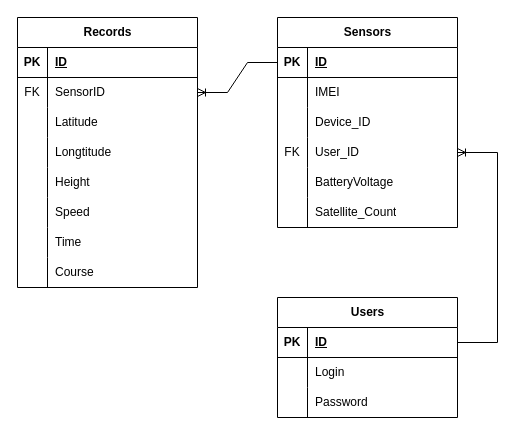
The draw.io diagram dsadasd.drawio in emfermenty/university.cpp, before the edit. Source tidied: cells renumbered, new cells numbered last; positions are measured from the earlier drawing's top-left corner, leaving out a move shared by most shapes. Both pictures are drawn from the tidied source at 100%, with x=0, y=0 at pixel (17, 17).
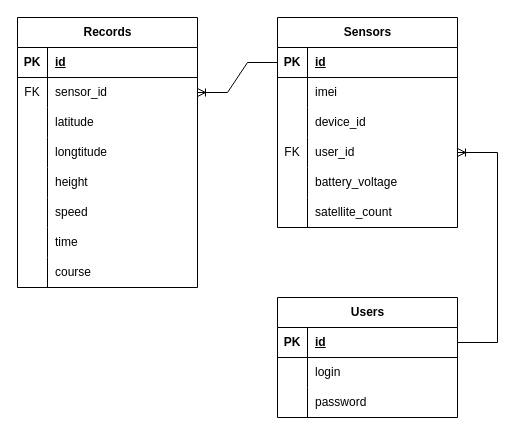
After the change.

Unchanged cells that the change refers to:
```xml
<mxCell id="3" style="shape=tableRow;horizontal=0;startSize=0;swimlaneHead=0;swimlaneBody=0;fillColor=none;top=0;left=0;right=0;bottom=1;" parent="2" vertex="1">
  <mxGeometry y="30" width="180" height="30" as="geometry" />
</mxCell>
<mxCell id="6" style="shape=tableRow;horizontal=0;startSize=0;swimlaneHead=0;swimlaneBody=0;fillColor=none;points=[[0,0.5],[1,0.5]];portConstraint=eastwest;top=0;left=0;right=0;bottom=0;" parent="2" vertex="1">
  <mxGeometry y="60" width="180" height="30" as="geometry" />
</mxCell>
<mxCell id="9" style="shape=tableRow;horizontal=0;startSize=0;swimlaneHead=0;swimlaneBody=0;fillColor=none;top=0;left=0;right=0;bottom=0;" parent="2" vertex="1">
  <mxGeometry y="90" width="180" height="30" as="geometry" />
</mxCell>
<mxCell id="12" style="shape=tableRow;horizontal=0;startSize=0;swimlaneHead=0;swimlaneBody=0;fillColor=none;top=0;left=0;right=0;bottom=0;" parent="2" vertex="1">
  <mxGeometry y="120" width="180" height="30" as="geometry" />
</mxCell>
<mxCell id="15" style="shape=tableRow;horizontal=0;startSize=0;swimlaneHead=0;swimlaneBody=0;fillColor=none;top=0;left=0;right=0;bottom=0;" parent="2" vertex="1">
  <mxGeometry y="150" width="180" height="30" as="geometry" />
</mxCell>
<mxCell id="18" style="shape=tableRow;horizontal=0;startSize=0;swimlaneHead=0;swimlaneBody=0;fillColor=none;top=0;left=0;right=0;bottom=0;" parent="2" vertex="1">
  <mxGeometry y="180" width="180" height="30" as="geometry" />
</mxCell>
<mxCell id="21" style="shape=tableRow;horizontal=0;startSize=0;swimlaneHead=0;swimlaneBody=0;fillColor=none;top=0;left=0;right=0;bottom=0;" parent="2" vertex="1">
  <mxGeometry y="210" width="180" height="30" as="geometry" />
</mxCell>
<mxCell id="24" style="shape=tableRow;horizontal=0;startSize=0;swimlaneHead=0;swimlaneBody=0;fillColor=none;top=0;left=0;right=0;bottom=0;" parent="2" vertex="1">
  <mxGeometry y="240" width="180" height="30" as="geometry" />
</mxCell>
<mxCell id="28" style="shape=tableRow;horizontal=0;startSize=0;swimlaneHead=0;swimlaneBody=0;fillColor=none;points=[[0,0.5],[1,0.5]];portConstraint=eastwest;top=0;left=0;right=0;bottom=1;" parent="27" vertex="1">
  <mxGeometry y="30" width="180" height="30" as="geometry" />
</mxCell>
<mxCell id="31" style="shape=tableRow;horizontal=0;startSize=0;swimlaneHead=0;swimlaneBody=0;fillColor=none;top=0;left=0;right=0;bottom=0;" parent="27" vertex="1">
  <mxGeometry y="60" width="180" height="30" as="geometry" />
</mxCell>
<mxCell id="34" style="shape=tableRow;horizontal=0;startSize=0;swimlaneHead=0;swimlaneBody=0;fillColor=none;top=0;left=0;right=0;bottom=0;" parent="27" vertex="1">
  <mxGeometry y="90" width="180" height="30" as="geometry" />
</mxCell>
<mxCell id="37" style="shape=tableRow;horizontal=0;startSize=0;swimlaneHead=0;swimlaneBody=0;fillColor=none;points=[[0,0.5],[1,0.5]];portConstraint=eastwest;top=0;left=0;right=0;bottom=0;" parent="27" vertex="1">
  <mxGeometry y="120" width="180" height="30" as="geometry" />
</mxCell>
<mxCell id="40" style="shape=tableRow;horizontal=0;startSize=0;swimlaneHead=0;swimlaneBody=0;fillColor=none;top=0;left=0;right=0;bottom=0;" parent="27" vertex="1">
  <mxGeometry y="150" width="180" height="30" as="geometry" />
</mxCell>
<mxCell id="43" style="shape=tableRow;horizontal=0;startSize=0;swimlaneHead=0;swimlaneBody=0;fillColor=none;top=0;left=0;right=0;bottom=0;" parent="27" vertex="1">
  <mxGeometry y="180" width="180" height="30" as="geometry" />
</mxCell>
<mxCell id="47" style="shape=tableRow;horizontal=0;startSize=0;swimlaneHead=0;swimlaneBody=0;fillColor=none;points=[[0,0.5],[1,0.5]];portConstraint=eastwest;top=0;left=0;right=0;bottom=1;" parent="46" vertex="1">
  <mxGeometry y="30" width="180" height="30" as="geometry" />
</mxCell>
<mxCell id="50" style="shape=tableRow;horizontal=0;startSize=0;swimlaneHead=0;swimlaneBody=0;fillColor=none;top=0;left=0;right=0;bottom=0;" parent="46" vertex="1">
  <mxGeometry y="60" width="180" height="30" as="geometry" />
</mxCell>
<mxCell id="53" style="shape=tableRow;horizontal=0;startSize=0;swimlaneHead=0;swimlaneBody=0;fillColor=none;top=0;left=0;right=0;bottom=0;" parent="46" vertex="1">
  <mxGeometry y="90" width="180" height="30" as="geometry" />
</mxCell>
```

What changed in the source:
```diff
@@
-    <mxCell id="5" value="ID" style="shape=partialRectangle;fillColor=none;top=0;left=0;bottom=0;right=0;align=left;spacingLeft=6;fontStyle=5;overflow=hidden;whiteSpace=wrap;html=1;" parent="3" vertex="1">
+    <mxCell id="5" value="id" style="shape=partialRectangle;fillColor=none;top=0;left=0;bottom=0;right=0;align=left;spacingLeft=6;fontStyle=5;overflow=hidden;whiteSpace=wrap;html=1;" parent="3" vertex="1">
       <mxGeometry x="30" width="150" height="30" as="geometry" />
     </mxCell>
@@
-    <mxCell id="8" value="SensorID" style="shape=partialRectangle;fillColor=none;top=0;left=0;bottom=0;right=0;align=left;spacingLeft=6;overflow=hidden;whiteSpace=wrap;html=1;" parent="6" vertex="1">
+    <mxCell id="8" value="sensor_id" style="shape=partialRectangle;fillColor=none;top=0;left=0;bottom=0;right=0;align=left;spacingLeft=6;overflow=hidden;whiteSpace=wrap;html=1;" parent="6" vertex="1">
       <mxGeometry x="30" width="150" height="30" as="geometry" />
     </mxCell>
@@
-    <mxCell id="11" value="Latitude" style="shape=partialRectangle;fillColor=none;top=0;left=0;bottom=0;right=0;align=left;spacingLeft=6;overflow=hidden;whiteSpace=wrap;html=1;" parent="9" vertex="1">
+    <mxCell id="11" value="latitude" style="shape=partialRectangle;fillColor=none;top=0;left=0;bottom=0;right=0;align=left;spacingLeft=6;overflow=hidden;whiteSpace=wrap;html=1;" parent="9" vertex="1">
       <mxGeometry x="30" width="150" height="30" as="geometry" />
     </mxCell>
@@
-    <mxCell id="14" value="Longtitude" style="shape=partialRectangle;fillColor=none;top=0;left=0;bottom=0;right=0;align=left;spacingLeft=6;overflow=hidden;whiteSpace=wrap;html=1;" parent="12" vertex="1">
+    <mxCell id="14" value="longtitude" style="shape=partialRectangle;fillColor=none;top=0;left=0;bottom=0;right=0;align=left;spacingLeft=6;overflow=hidden;whiteSpace=wrap;html=1;" parent="12" vertex="1">
       <mxGeometry x="30" width="150" height="30" as="geometry" />
     </mxCell>
@@
-    <mxCell id="17" value="Height" style="shape=partialRectangle;fillColor=none;top=0;left=0;bottom=0;right=0;align=left;spacingLeft=6;overflow=hidden;whiteSpace=wrap;html=1;" parent="15" vertex="1">
+    <mxCell id="17" value="height" style="shape=partialRectangle;fillColor=none;top=0;left=0;bottom=0;right=0;align=left;spacingLeft=6;overflow=hidden;whiteSpace=wrap;html=1;" parent="15" vertex="1">
       <mxGeometry x="30" width="150" height="30" as="geometry" />
     </mxCell>
@@
-    <mxCell id="20" value="Speed" style="shape=partialRectangle;fillColor=none;top=0;left=0;bottom=0;right=0;align=left;spacingLeft=6;overflow=hidden;whiteSpace=wrap;html=1;" parent="18" vertex="1">
+    <mxCell id="20" value="speed" style="shape=partialRectangle;fillColor=none;top=0;left=0;bottom=0;right=0;align=left;spacingLeft=6;overflow=hidden;whiteSpace=wrap;html=1;" parent="18" vertex="1">
       <mxGeometry x="30" width="150" height="30" as="geometry" />
     </mxCell>
@@
-    <mxCell id="23" value="Time" style="shape=partialRectangle;fillColor=none;top=0;left=0;bottom=0;right=0;align=left;spacingLeft=6;overflow=hidden;whiteSpace=wrap;html=1;" parent="21" vertex="1">
+    <mxCell id="23" value="time" style="shape=partialRectangle;fillColor=none;top=0;left=0;bottom=0;right=0;align=left;spacingLeft=6;overflow=hidden;whiteSpace=wrap;html=1;" parent="21" vertex="1">
       <mxGeometry x="30" width="150" height="30" as="geometry" />
     </mxCell>
@@
-    <mxCell id="26" value="Course" style="shape=partialRectangle;fillColor=none;top=0;left=0;bottom=0;right=0;align=left;spacingLeft=6;overflow=hidden;whiteSpace=wrap;html=1;" parent="24" vertex="1">
+    <mxCell id="26" value="course" style="shape=partialRectangle;fillColor=none;top=0;left=0;bottom=0;right=0;align=left;spacingLeft=6;overflow=hidden;whiteSpace=wrap;html=1;" parent="24" vertex="1">
       <mxGeometry x="30" width="150" height="30" as="geometry" />
     </mxCell>
@@
-    <mxCell id="30" value="ID" style="shape=partialRectangle;fillColor=none;top=0;left=0;bottom=0;right=0;align=left;spacingLeft=6;fontStyle=5;overflow=hidden;whiteSpace=wrap;html=1;" parent="28" vertex="1">
+    <mxCell id="30" value="id" style="shape=partialRectangle;fillColor=none;top=0;left=0;bottom=0;right=0;align=left;spacingLeft=6;fontStyle=5;overflow=hidden;whiteSpace=wrap;html=1;" parent="28" vertex="1">
       <mxGeometry x="30" width="150" height="30" as="geometry" />
     </mxCell>
@@
-    <mxCell id="33" value="IMEI" style="shape=partialRectangle;fillColor=none;top=0;left=0;bottom=0;right=0;align=left;spacingLeft=6;overflow=hidden;whiteSpace=wrap;html=1;" parent="31" vertex="1">
+    <mxCell id="33" value="imei" style="shape=partialRectangle;fillColor=none;top=0;left=0;bottom=0;right=0;align=left;spacingLeft=6;overflow=hidden;whiteSpace=wrap;html=1;" parent="31" vertex="1">
       <mxGeometry x="30" width="150" height="30" as="geometry" />
     </mxCell>
@@
-    <mxCell id="36" value="Device_ID" style="shape=partialRectangle;fillColor=none;top=0;left=0;bottom=0;right=0;align=left;spacingLeft=6;overflow=hidden;whiteSpace=wrap;html=1;" parent="34" vertex="1">
+    <mxCell id="36" value="device_id" style="shape=partialRectangle;fillColor=none;top=0;left=0;bottom=0;right=0;align=left;spacingLeft=6;overflow=hidden;whiteSpace=wrap;html=1;" parent="34" vertex="1">
       <mxGeometry x="30" width="150" height="30" as="geometry" />
     </mxCell>
@@
-    <mxCell id="39" value="User_ID" style="shape=partialRectangle;fillColor=none;top=0;left=0;bottom=0;right=0;align=left;spacingLeft=6;overflow=hidden;whiteSpace=wrap;html=1;" parent="37" vertex="1">
+    <mxCell id="39" value="user_id" style="shape=partialRectangle;fillColor=none;top=0;left=0;bottom=0;right=0;align=left;spacingLeft=6;overflow=hidden;whiteSpace=wrap;html=1;" parent="37" vertex="1">
       <mxGeometry x="30" width="150" height="30" as="geometry" />
     </mxCell>
@@
-    <mxCell id="42" value="BatteryVoltage" style="shape=partialRectangle;fillColor=none;top=0;left=0;bottom=0;right=0;align=left;spacingLeft=6;overflow=hidden;whiteSpace=wrap;html=1;" parent="40" vertex="1">
+    <mxCell id="42" value="battery_voltage" style="shape=partialRectangle;fillColor=none;top=0;left=0;bottom=0;right=0;align=left;spacingLeft=6;overflow=hidden;whiteSpace=wrap;html=1;" parent="40" vertex="1">
       <mxGeometry x="30" width="150" height="30" as="geometry" />
     </mxCell>
@@
-    <mxCell id="45" value="Satellite_Count" style="shape=partialRectangle;fillColor=none;top=0;left=0;bottom=0;right=0;align=left;spacingLeft=6;overflow=hidden;whiteSpace=wrap;html=1;" parent="43" vertex="1">
+    <mxCell id="45" value="satellite_count" style="shape=partialRectangle;fillColor=none;top=0;left=0;bottom=0;right=0;align=left;spacingLeft=6;overflow=hidden;whiteSpace=wrap;html=1;" parent="43" vertex="1">
       <mxGeometry x="30" width="150" height="30" as="geometry" />
     </mxCell>
@@
-    <mxCell id="49" value="ID" style="shape=partialRectangle;fillColor=none;top=0;left=0;bottom=0;right=0;align=left;spacingLeft=6;fontStyle=5;overflow=hidden;whiteSpace=wrap;html=1;" parent="47" vertex="1">
+    <mxCell id="49" value="id" style="shape=partialRectangle;fillColor=none;top=0;left=0;bottom=0;right=0;align=left;spacingLeft=6;fontStyle=5;overflow=hidden;whiteSpace=wrap;html=1;" parent="47" vertex="1">
       <mxGeometry x="30" width="150" height="30" as="geometry" />
     </mxCell>
@@
-    <mxCell id="52" value="Login" style="shape=partialRectangle;fillColor=none;top=0;left=0;bottom=0;right=0;align=left;spacingLeft=6;overflow=hidden;whiteSpace=wrap;html=1;" parent="50" vertex="1">
+    <mxCell id="52" value="login" style="shape=partialRectangle;fillColor=none;top=0;left=0;bottom=0;right=0;align=left;spacingLeft=6;overflow=hidden;whiteSpace=wrap;html=1;" parent="50" vertex="1">
       <mxGeometry x="30" width="150" height="30" as="geometry" />
     </mxCell>
@@
-    <mxCell id="55" value="Password" style="shape=partialRectangle;fillColor=none;top=0;left=0;bottom=0;right=0;align=left;spacingLeft=6;overflow=hidden;whiteSpace=wrap;html=1;" parent="53" vertex="1">
+    <mxCell id="55" value="password" style="shape=partialRectangle;fillColor=none;top=0;left=0;bottom=0;right=0;align=left;spacingLeft=6;overflow=hidden;whiteSpace=wrap;html=1;" parent="53" vertex="1">
       <mxGeometry x="30" width="150" height="30" as="geometry" />
     </mxCell>
```
